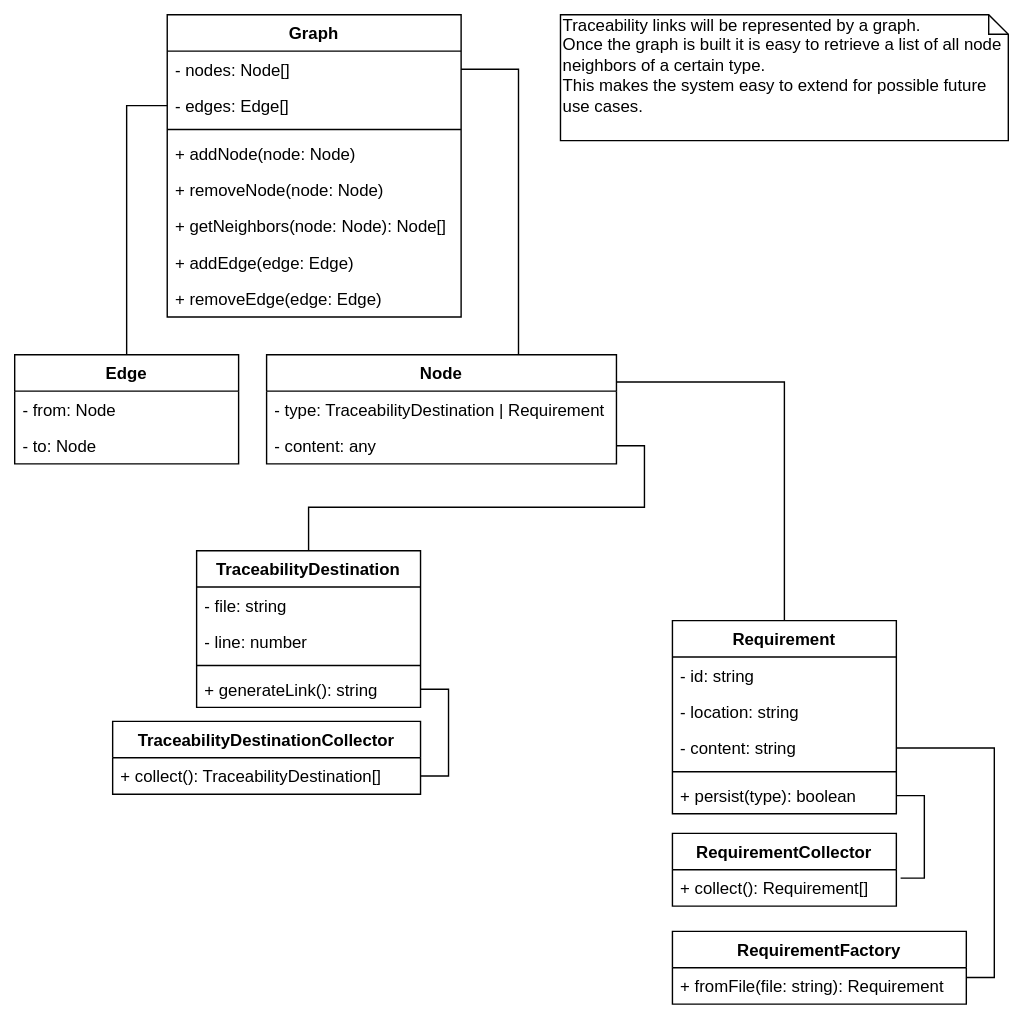
Above: pre-project-documentation/class.svg in konstantin-hatvan/traceability-tool (draw.io), before the change. Source tidied: cells renumbered, new cells last; positions are measured from the earlier drawing's top-left corner, leaving out a move shared by most shapes.
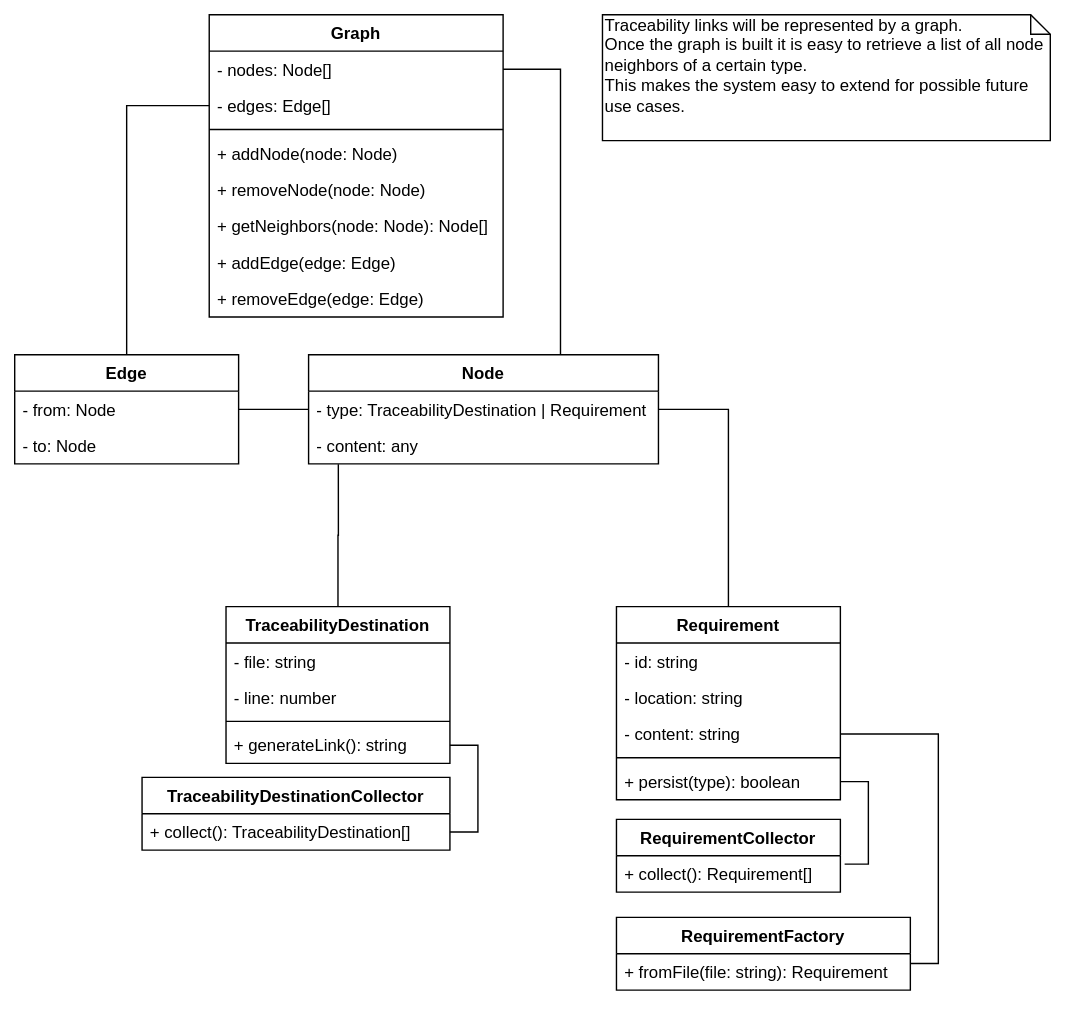
Above is the later version.

Commit message:
Update class diagram

What changed in the source:
```diff
@@ -2,13 +2,13 @@
   <root>
     <mxCell id="0" />
     <mxCell id="1" parent="0" />
-    <mxCell id="2" style="edgeStyle=orthogonalEdgeStyle;rounded=0;jettySize=auto;html=1;entryX=0;entryY=0.5;entryDx=0;entryDy=0;endArrow=none;endFill=0;" parent="1" edge="1" source="14" target="7">
+    <mxCell id="2" style="edgeStyle=orthogonalEdgeStyle;rounded=0;jettySize=auto;html=1;entryX=0;entryY=0.5;entryDx=0;entryDy=0;endArrow=none;endFill=0;" parent="1" edge="1" source="21" target="7">
       <mxGeometry relative="1" as="geometry" />
     </mxCell>
     <mxCell id="3" value="Traceability links will be represented by a graph.&lt;br&gt;Once the graph is built it is easy to retrieve a list of all node neighbors of a certain type.&lt;br&gt;This makes the system easy to extend for possible future use cases." style="shape=note;whiteSpace=wrap;html=1;size=14;verticalAlign=top;align=left;spacingTop=-6;" parent="1" vertex="1">
       <mxGeometry x="390" width="320" height="90" as="geometry" />
     </mxCell>
-    <mxCell id="4" style="edgeStyle=orthogonalEdgeStyle;rounded=0;jettySize=auto;html=1;entryX=1;entryY=0.5;entryDx=0;entryDy=0;endArrow=none;endFill=0;" parent="1" edge="1" source="18" target="6">
+    <mxCell id="4" style="edgeStyle=orthogonalEdgeStyle;rounded=0;jettySize=auto;html=1;entryX=1;entryY=0.5;entryDx=0;entryDy=0;endArrow=none;endFill=0;" parent="1" edge="1" source="14" target="6">
       <mxGeometry relative="1" as="geometry">
         <Array as="points">
           <mxPoint x="360" y="39" />
@@ -42,41 +42,41 @@
     <mxCell id="13" value="+ removeEdge(edge: Edge)" style="text;strokeColor=none;fillColor=none;align=left;verticalAlign=top;spacingLeft=4;spacingRight=4;overflow=hidden;" parent="5" vertex="1">
       <mxGeometry y="190" width="210" height="26" as="geometry" />
     </mxCell>
-    <mxCell id="14" value="Edge" style="swimlane;fontStyle=1;align=center;verticalAlign=top;horizontal=1;startSize=26;" parent="1" vertex="1">
-      <mxGeometry y="243" width="160" height="78" as="geometry" />
+    <mxCell id="14" value="Node" style="swimlane;fontStyle=1;align=center;verticalAlign=top;horizontal=1;startSize=26;" parent="1" vertex="1">
+      <mxGeometry x="180" y="243" width="250" height="78" as="geometry" />
     </mxCell>
-    <mxCell id="15" value="- from: Node" style="text;strokeColor=none;fillColor=none;align=left;verticalAlign=top;spacingLeft=4;spacingRight=4;overflow=hidden;points=[[0,0.5],[1,0.5]];portConstraint=eastwest;" parent="14" vertex="1">
-      <mxGeometry y="26" width="160" height="26" as="geometry" />
+    <mxCell id="15" value="- type: TraceabilityDestination | Requirement" style="text;strokeColor=none;fillColor=none;align=left;verticalAlign=top;spacingLeft=4;spacingRight=4;overflow=hidden;points=[[0,0.5],[1,0.5]];portConstraint=eastwest;" parent="14" vertex="1">
+      <mxGeometry y="26" width="250" height="26" as="geometry" />
     </mxCell>
-    <mxCell id="16" value="- to: Node" style="text;strokeColor=none;fillColor=none;align=left;verticalAlign=top;spacingLeft=4;spacingRight=4;overflow=hidden;points=[[0,0.5],[1,0.5]];portConstraint=eastwest;" parent="14" vertex="1">
-      <mxGeometry y="52" width="160" height="26" as="geometry" />
+    <mxCell id="16" value="- content: any" style="text;strokeColor=none;fillColor=none;align=left;verticalAlign=top;spacingLeft=4;spacingRight=4;overflow=hidden;points=[[0,0.5],[1,0.5]];portConstraint=eastwest;" parent="14" vertex="1">
+      <mxGeometry y="52" width="250" height="26" as="geometry" />
     </mxCell>
-    <mxCell id="17" style="edgeStyle=orthogonalEdgeStyle;rounded=0;jettySize=auto;html=1;exitX=1;exitY=0.25;exitDx=0;exitDy=0;endArrow=none;endFill=0;" parent="1" edge="1" source="18" target="32">
+    <mxCell id="17" style="edgeStyle=orthogonalEdgeStyle;rounded=0;jettySize=auto;html=1;exitX=1;exitY=0.5;exitDx=0;exitDy=0;entryX=1.019;entryY=0.231;entryDx=0;entryDy=0;entryPerimeter=0;endArrow=none;endFill=0;" parent="1" edge="1" source="38" target="40">
       <mxGeometry relative="1" as="geometry" />
     </mxCell>
-    <mxCell id="18" value="Node" style="swimlane;fontStyle=1;align=center;verticalAlign=top;horizontal=1;startSize=26;" parent="1" vertex="1">
-      <mxGeometry x="180" y="243" width="250" height="78" as="geometry" />
+    <mxCell id="18" style="edgeStyle=orthogonalEdgeStyle;rounded=0;jettySize=auto;html=1;exitX=1;exitY=0.5;exitDx=0;exitDy=0;entryX=1;entryY=0.269;entryDx=0;entryDy=0;entryPerimeter=0;endArrow=none;endFill=0;" parent="1" edge="1" source="36" target="42">
+      <mxGeometry relative="1" as="geometry" />
     </mxCell>
-    <mxCell id="19" value="- type: TraceabilityDestination | Requirement" style="text;strokeColor=none;fillColor=none;align=left;verticalAlign=top;spacingLeft=4;spacingRight=4;overflow=hidden;" parent="18" vertex="1">
-      <mxGeometry y="26" width="250" height="26" as="geometry" />
+    <mxCell id="19" style="edgeStyle=orthogonalEdgeStyle;rounded=0;jettySize=auto;html=1;exitX=1;exitY=0.5;exitDx=0;exitDy=0;entryX=1;entryY=0.5;entryDx=0;entryDy=0;endArrow=none;endFill=0;" parent="1" edge="1" source="29" target="31">
+      <mxGeometry relative="1" as="geometry" />
     </mxCell>
-    <mxCell id="20" value="- content: any" style="text;strokeColor=none;fillColor=none;align=left;verticalAlign=top;spacingLeft=4;spacingRight=4;overflow=hidden;points=[[0,0.5],[1,0.5]];portConstraint=eastwest;" parent="18" vertex="1">
-      <mxGeometry y="52" width="250" height="26" as="geometry" />
+    <mxCell id="20" style="edgeStyle=orthogonalEdgeStyle;rounded=0;jettySize=auto;html=1;entryX=0;entryY=0.5;entryDx=0;entryDy=0;endArrow=none;endFill=0;" parent="1" edge="1" source="21" target="15">
+      <mxGeometry relative="1" as="geometry" />
     </mxCell>
-    <mxCell id="21" style="edgeStyle=orthogonalEdgeStyle;rounded=0;jettySize=auto;html=1;exitX=1;exitY=0.5;exitDx=0;exitDy=0;endArrow=none;endFill=0;" parent="1" edge="1" source="20" target="25">
-      <mxGeometry relative="1" as="geometry" />
+    <mxCell id="21" value="Edge" style="swimlane;fontStyle=1;align=center;verticalAlign=top;horizontal=1;startSize=26;" parent="1" vertex="1">
+      <mxGeometry x="-30" y="243" width="160" height="78" as="geometry" />
     </mxCell>
-    <mxCell id="22" style="edgeStyle=orthogonalEdgeStyle;rounded=0;jettySize=auto;html=1;exitX=1;exitY=0.5;exitDx=0;exitDy=0;entryX=1.019;entryY=0.231;entryDx=0;entryDy=0;entryPerimeter=0;endArrow=none;endFill=0;" parent="1" edge="1" source="37" target="39">
-      <mxGeometry relative="1" as="geometry" />
+    <mxCell id="22" value="- from: Node" style="text;strokeColor=none;fillColor=none;align=left;verticalAlign=top;spacingLeft=4;spacingRight=4;overflow=hidden;" parent="21" vertex="1">
+      <mxGeometry y="26" width="160" height="26" as="geometry" />
     </mxCell>
-    <mxCell id="23" style="edgeStyle=orthogonalEdgeStyle;rounded=0;jettySize=auto;html=1;exitX=1;exitY=0.5;exitDx=0;exitDy=0;entryX=1;entryY=0.269;entryDx=0;entryDy=0;entryPerimeter=0;endArrow=none;endFill=0;" parent="1" edge="1" source="35" target="41">
-      <mxGeometry relative="1" as="geometry" />
+    <mxCell id="23" value="- to: Node" style="text;strokeColor=none;fillColor=none;align=left;verticalAlign=top;spacingLeft=4;spacingRight=4;overflow=hidden;" parent="21" vertex="1">
+      <mxGeometry y="52" width="160" height="26" as="geometry" />
     </mxCell>
-    <mxCell id="24" style="edgeStyle=orthogonalEdgeStyle;rounded=0;jettySize=auto;html=1;exitX=1;exitY=0.5;exitDx=0;exitDy=0;entryX=1;entryY=0.5;entryDx=0;entryDy=0;endArrow=none;endFill=0;" parent="1" edge="1" source="29" target="31">
+    <mxCell id="24" style="edgeStyle=orthogonalEdgeStyle;rounded=0;jettySize=auto;html=1;startArrow=none;startFill=0;endArrow=none;endFill=0;entryX=0.085;entryY=1.006;entryDx=0;entryDy=0;entryPerimeter=0;" parent="1" edge="1" source="25" target="16">
       <mxGeometry relative="1" as="geometry" />
     </mxCell>
     <mxCell id="25" value="TraceabilityDestination" style="swimlane;fontStyle=1;align=center;verticalAlign=top;horizontal=1;startSize=26;" parent="1" vertex="1">
-      <mxGeometry x="130" y="383" width="160" height="112" as="geometry" />
+      <mxGeometry x="121" y="423" width="160" height="112" as="geometry" />
     </mxCell>
     <mxCell id="26" value="- file: string" style="text;strokeColor=none;fillColor=none;align=left;verticalAlign=top;spacingLeft=4;spacingRight=4;overflow=hidden;" parent="25" vertex="1">
       <mxGeometry y="26" width="160" height="26" as="geometry" />
@@ -91,40 +91,43 @@
       <mxGeometry y="86" width="160" height="26" as="geometry" />
     </mxCell>
     <mxCell id="30" value="TraceabilityDestinationCollector" style="swimlane;fontStyle=1;align=center;verticalAlign=top;horizontal=1;startSize=26;" parent="1" vertex="1">
-      <mxGeometry x="70" y="505" width="220" height="52" as="geometry" />
+      <mxGeometry x="61" y="545" width="220" height="52" as="geometry" />
     </mxCell>
     <mxCell id="31" value="+ collect(): TraceabilityDestination[]" style="text;strokeColor=none;fillColor=none;align=left;verticalAlign=top;spacingLeft=4;spacingRight=4;overflow=hidden;points=[[0,0.5],[1,0.5]];portConstraint=eastwest;" parent="30" vertex="1">
       <mxGeometry y="26" width="220" height="26" as="geometry" />
     </mxCell>
-    <mxCell id="32" value="Requirement" style="swimlane;fontStyle=1;align=center;verticalAlign=top;horizontal=1;startSize=26;" parent="1" vertex="1">
-      <mxGeometry x="470" y="433" width="160" height="138" as="geometry" />
+    <mxCell id="32" style="edgeStyle=orthogonalEdgeStyle;rounded=0;jettySize=auto;html=1;entryX=1;entryY=0.5;entryDx=0;entryDy=0;startArrow=none;startFill=0;endArrow=none;endFill=0;" parent="1" edge="1" source="33" target="15">
+      <mxGeometry relative="1" as="geometry" />
     </mxCell>
-    <mxCell id="33" value="- id: string" style="text;strokeColor=none;fillColor=none;align=left;verticalAlign=top;spacingLeft=4;spacingRight=4;overflow=hidden;points=[[0,0.5],[1,0.5]];portConstraint=eastwest;" parent="32" vertex="1">
-      <mxGeometry y="26" width="160" height="26" as="geometry" />
+    <mxCell id="33" value="Requirement" style="swimlane;fontStyle=1;align=center;verticalAlign=top;horizontal=1;startSize=26;" parent="1" vertex="1">
+      <mxGeometry x="400" y="423" width="160" height="138" as="geometry" />
     </mxCell>
-    <mxCell id="34" value="- location: string" style="text;strokeColor=none;fillColor=none;align=left;verticalAlign=top;spacingLeft=4;spacingRight=4;overflow=hidden;" parent="32" vertex="1">
-      <mxGeometry y="52" width="160" height="26" as="geometry" />
+    <mxCell id="34" value="- id: string" style="text;strokeColor=none;fillColor=none;align=left;verticalAlign=top;spacingLeft=4;spacingRight=4;overflow=hidden;" parent="33" vertex="1">
+      <mxGeometry y="26" width="160" height="26" as="geometry" />
     </mxCell>
-    <mxCell id="35" value="- content: string" style="text;strokeColor=none;fillColor=none;align=left;verticalAlign=top;spacingLeft=4;spacingRight=4;overflow=hidden;points=[[0,0.5],[1,0.5]];portConstraint=eastwest;" parent="32" vertex="1">
-      <mxGeometry y="78" width="160" height="26" as="geometry" />
+    <mxCell id="35" value="- location: string" style="text;strokeColor=none;fillColor=none;align=left;verticalAlign=top;spacingLeft=4;spacingRight=4;overflow=hidden;points=[[0,0.5],[1,0.5]];portConstraint=eastwest;" parent="33" vertex="1">
+      <mxGeometry y="52" width="160" height="26" as="geometry" />
     </mxCell>
-    <mxCell id="36" style="line;strokeWidth=1;fillColor=none;align=left;verticalAlign=middle;spacingTop=-1;spacingLeft=3;spacingRight=3;labelPosition=right;points=[];portConstraint=eastwest;" parent="32" vertex="1">
-      <mxGeometry y="104" width="160" height="8" as="geometry" />
+    <mxCell id="36" value="- content: string" style="text;strokeColor=none;fillColor=none;align=left;verticalAlign=top;spacingLeft=4;spacingRight=4;overflow=hidden;points=[[0,0.5],[1,0.5]];portConstraint=eastwest;" parent="33" vertex="1">
+      <mxGeometry y="78" width="160" height="26" as="geometry" />
     </mxCell>
-    <mxCell id="37" value="+ persist(type): boolean" style="text;strokeColor=none;fillColor=none;align=left;verticalAlign=top;spacingLeft=4;spacingRight=4;overflow=hidden;points=[[0,0.5],[1,0.5]];portConstraint=eastwest;" parent="32" vertex="1">
-      <mxGeometry y="112" width="160" height="26" as="geometry" />
+    <mxCell id="37" style="line;strokeWidth=1;fillColor=none;align=left;verticalAlign=middle;spacingTop=-1;spacingLeft=3;spacingRight=3;labelPosition=right;points=[];portConstraint=eastwest;" parent="33" vertex="1">
+      <mxGeometry y="104" width="160" height="8" as="geometry" />
     </mxCell>
-    <mxCell id="38" value="RequirementCollector" style="swimlane;fontStyle=1;align=center;verticalAlign=top;horizontal=1;startSize=26;" parent="1" vertex="1">
-      <mxGeometry x="470" y="585" width="160" height="52" as="geometry" />
+    <mxCell id="38" value="+ persist(type): boolean" style="text;strokeColor=none;fillColor=none;align=left;verticalAlign=top;spacingLeft=4;spacingRight=4;overflow=hidden;points=[[0,0.5],[1,0.5]];portConstraint=eastwest;" parent="33" vertex="1">
+      <mxGeometry y="112" width="160" height="26" as="geometry" />
     </mxCell>
-    <mxCell id="39" value="+ collect(): Requirement[]" style="text;strokeColor=none;fillColor=none;align=left;verticalAlign=top;spacingLeft=4;spacingRight=4;overflow=hidden;points=[[0,0.5],[1,0.5]];portConstraint=eastwest;" parent="38" vertex="1">
-      <mxGeometry y="26" width="160" height="26" as="geometry" />
+    <mxCell id="39" value="RequirementCollector" style="swimlane;fontStyle=1;align=center;verticalAlign=top;horizontal=1;startSize=26;" parent="1" vertex="1">
+      <mxGeometry x="400" y="575" width="160" height="52" as="geometry" />
     </mxCell>
-    <mxCell id="40" value="RequirementFactory" style="swimlane;fontStyle=1;align=center;verticalAlign=top;horizontal=1;startSize=26;" parent="1" vertex="1">
-      <mxGeometry x="470" y="655" width="210" height="52" as="geometry" />
+    <mxCell id="40" value="+ collect(): Requirement[]" style="text;strokeColor=none;fillColor=none;align=left;verticalAlign=top;spacingLeft=4;spacingRight=4;overflow=hidden;points=[[0,0.5],[1,0.5]];portConstraint=eastwest;" parent="39" vertex="1">
+      <mxGeometry y="26" width="160" height="26" as="geometry" />
     </mxCell>
-    <mxCell id="41" value="+ fromFile(file: string): Requirement" style="text;strokeColor=none;fillColor=none;align=left;verticalAlign=top;spacingLeft=4;spacingRight=4;overflow=hidden;points=[[0,0.5],[1,0.5]];portConstraint=eastwest;" parent="40" vertex="1">
-      <mxGeometry y="26" width="210" height="26" as="geometry" />
+    <mxCell id="41" value="RequirementFactory" style="swimlane;fontStyle=1;align=center;verticalAlign=top;horizontal=1;startSize=26;" parent="1" vertex="1">
+      <mxGeometry x="400" y="645" width="210" height="52" as="geometry" />
     </mxCell>
+    <mxCell id="42" value="+ fromFile(file: string): Requirement" style="text;strokeColor=none;fillColor=none;align=left;verticalAlign=top;spacingLeft=4;spacingRight=4;overflow=hidden;points=[[0,0.5],[1,0.5]];portConstraint=eastwest;" parent="41" vertex="1">
+      <mxGeometry y="26" width="210" height="26" as="geometry" />
+    </mxCell>
   </root>
 </mxGraphModel>
```
